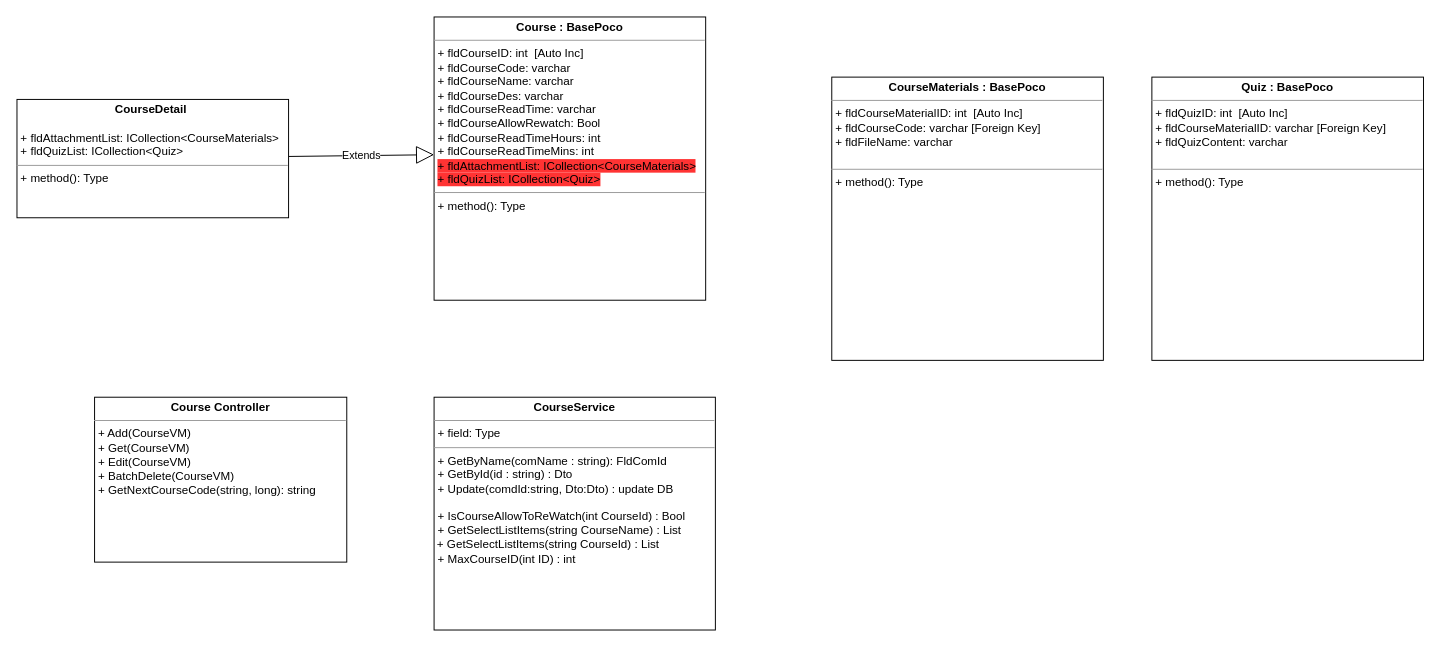
This is Untitled Diagram.drawio from TechCatJim/TechCatJim, a draw.io file, before an edit. Source tidied: cells renumbered, new cells numbered last; positions are measured from the earlier drawing's top-left corner, leaving out a move shared by most shapes. Both pictures are drawn from the tidied source at 97%, with x=0, y=0 at pixel (16, 16).
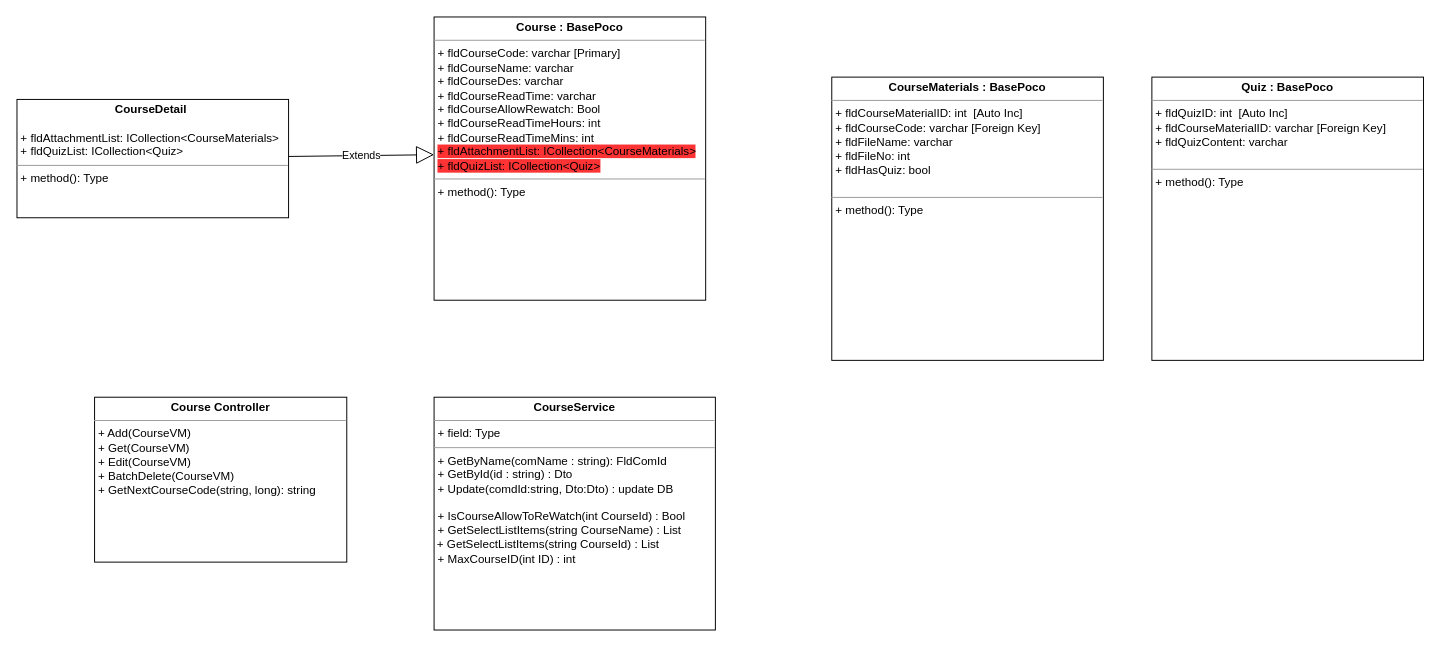
The same diagram, later.

What changed in the source:
```diff
@@
 <mxGraphModel>
   <root>
     <mxCell id="0" />
     <mxCell id="1" parent="0" />
-    <mxCell id="2" value="&lt;p style=&quot;margin:0px;margin-top:4px;text-align:center;&quot;&gt;&lt;b&gt;Course : BasePoco&lt;/b&gt;&lt;/p&gt;&lt;hr size=&quot;1&quot;&gt;&lt;p style=&quot;margin:0px;margin-left:4px;&quot;&gt;+&lt;span style=&quot;background-color: rgb(255, 255, 255);&quot;&gt;&amp;nbsp;&lt;/span&gt;fldCourseID: int&amp;nbsp; [Auto Inc]&lt;/p&gt;&lt;p style=&quot;margin:0px;margin-left:4px;&quot;&gt;+ fldCourseCode: varchar&amp;nbsp; &amp;nbsp;&lt;/p&gt;&lt;p style=&quot;margin:0px;margin-left:4px;&quot;&gt;+ fldCourseName: varchar&lt;/p&gt;&lt;p style=&quot;margin:0px;margin-left:4px;&quot;&gt;+ fldCourseDes: varchar&lt;/p&gt;&lt;p style=&quot;margin:0px;margin-left:4px;&quot;&gt;+ fldCourseReadTime: varchar&lt;/p&gt;&lt;p style=&quot;margin:0px;margin-left:4px;&quot;&gt;+ fldCourseAllowRewatch: Bool&lt;/p&gt;&lt;p style=&quot;margin:0px;margin-left:4px;&quot;&gt;+ fldCourseReadTimeHours: int&lt;/p&gt;&lt;p style=&quot;margin:0px;margin-left:4px;&quot;&gt;+ fldCourseReadTimeMins: int&lt;br&gt;&lt;/p&gt;&lt;p style=&quot;margin:0px;margin-left:4px;&quot;&gt;&lt;span style=&quot;background-color: rgb(255, 51, 51);&quot;&gt;+ fldAttachmentList: ICollection&amp;lt;CourseMaterials&amp;gt;&lt;/span&gt;&lt;/p&gt;&lt;p style=&quot;margin:0px;margin-left:4px;&quot;&gt;&lt;span style=&quot;background-color: rgb(255, 51, 51);&quot;&gt;+ fldQuizList: ICollection&amp;lt;Quiz&amp;gt;&lt;/span&gt;&lt;/p&gt;&lt;hr size=&quot;1&quot;&gt;&lt;p style=&quot;margin:0px;margin-left:4px;&quot;&gt;+ method(): Type&lt;/p&gt;" style="verticalAlign=top;align=left;overflow=fill;fontSize=12;fontFamily=Helvetica;html=1;whiteSpace=wrap;" parent="1" vertex="1">
+    <mxCell id="2" value="&lt;p style=&quot;margin:0px;margin-top:4px;text-align:center;&quot;&gt;&lt;b&gt;Course : BasePoco&lt;/b&gt;&lt;/p&gt;&lt;hr size=&quot;1&quot;&gt;&lt;p style=&quot;margin:0px;margin-left:4px;&quot;&gt;&lt;span style=&quot;background-color: initial;&quot;&gt;+ fldCourseCode: varchar [Primary]&lt;/span&gt;&lt;br&gt;&lt;/p&gt;&lt;p style=&quot;margin:0px;margin-left:4px;&quot;&gt;+ fldCourseName: varchar&lt;/p&gt;&lt;p style=&quot;margin:0px;margin-left:4px;&quot;&gt;+ fldCourseDes: varchar&lt;/p&gt;&lt;p style=&quot;margin:0px;margin-left:4px;&quot;&gt;+ fldCourseReadTime: varchar&lt;/p&gt;&lt;p style=&quot;margin:0px;margin-left:4px;&quot;&gt;+ fldCourseAllowRewatch: Bool&lt;/p&gt;&lt;p style=&quot;margin:0px;margin-left:4px;&quot;&gt;+ fldCourseReadTimeHours: int&lt;/p&gt;&lt;p style=&quot;margin:0px;margin-left:4px;&quot;&gt;+ fldCourseReadTimeMins: int&lt;br&gt;&lt;/p&gt;&lt;p style=&quot;margin:0px;margin-left:4px;&quot;&gt;&lt;span style=&quot;background-color: rgb(255, 51, 51);&quot;&gt;+ fldAttachmentList: ICollection&amp;lt;CourseMaterials&amp;gt;&lt;/span&gt;&lt;/p&gt;&lt;p style=&quot;margin:0px;margin-left:4px;&quot;&gt;&lt;span style=&quot;background-color: rgb(255, 51, 51);&quot;&gt;+ fldQuizList: ICollection&amp;lt;Quiz&amp;gt;&lt;/span&gt;&lt;/p&gt;&lt;hr size=&quot;1&quot;&gt;&lt;p style=&quot;margin:0px;margin-left:4px;&quot;&gt;+ method(): Type&lt;/p&gt;" style="verticalAlign=top;align=left;overflow=fill;fontSize=12;fontFamily=Helvetica;html=1;whiteSpace=wrap;" parent="1" vertex="1">
       <mxGeometry x="430" width="280" height="292" as="geometry" />
     </mxCell>
     <mxCell id="3" style="edgeStyle=orthogonalEdgeStyle;rounded=0;orthogonalLoop=1;jettySize=auto;html=1;exitX=0.5;exitY=1;exitDx=0;exitDy=0;" parent="1" edge="1" source="2" target="2">
       <mxGeometry relative="1" as="geometry" />
     </mxCell>
     <mxCell id="4" value="&lt;p style=&quot;margin:0px;margin-top:4px;text-align:center;&quot;&gt;&lt;b&gt;CourseService&lt;/b&gt;&lt;/p&gt;&lt;hr size=&quot;1&quot;&gt;&lt;p style=&quot;margin:0px;margin-left:4px;&quot;&gt;+ field: Type&lt;/p&gt;&lt;hr size=&quot;1&quot;&gt;&lt;p style=&quot;margin:0px;margin-left:4px;&quot;&gt;+ GetByName(comName : string): FldComId&lt;/p&gt;&lt;p style=&quot;margin:0px;margin-left:4px;&quot;&gt;+ GetById(id : string) : Dto&lt;/p&gt;&lt;p style=&quot;margin:0px;margin-left:4px;&quot;&gt;+ Update(comdId:string, Dto:Dto) : update DB&lt;/p&gt;&lt;p style=&quot;margin:0px;margin-left:4px;&quot;&gt;&lt;br&gt;&lt;/p&gt;&lt;p style=&quot;margin:0px;margin-left:4px;&quot;&gt;+ IsCourseAllowToReWatch(int CourseId) : Bool&lt;/p&gt;&lt;p style=&quot;margin:0px;margin-left:4px;&quot;&gt;+ GetSelectListItems(string CourseName) : List&lt;/p&gt;&amp;nbsp;+ GetSelectListItems(string CourseId) : List&lt;p style=&quot;margin:0px;margin-left:4px;&quot;&gt;+ MaxCourseID(int ID) : int&lt;/p&gt;&lt;p style=&quot;margin:0px;margin-left:4px;&quot;&gt;&lt;br&gt;&lt;/p&gt;&lt;p style=&quot;margin:0px;margin-left:4px;&quot;&gt;&lt;br&gt;&lt;/p&gt;" style="verticalAlign=top;align=left;overflow=fill;fontSize=12;fontFamily=Helvetica;html=1;whiteSpace=wrap;" parent="1" vertex="1">
       <mxGeometry x="430" y="392" width="290" height="240" as="geometry" />
     </mxCell>
     <mxCell id="5" value="&lt;p style=&quot;margin:0px;margin-top:4px;text-align:center;&quot;&gt;&lt;b&gt;Course Controller&lt;/b&gt;&lt;/p&gt;&lt;hr size=&quot;1&quot;&gt;&lt;p style=&quot;margin:0px;margin-left:4px;&quot;&gt;+ Add(CourseVM)&lt;/p&gt;&lt;p style=&quot;margin:0px;margin-left:4px;&quot;&gt;+ Get(CourseVM)&lt;/p&gt;&lt;p style=&quot;margin:0px;margin-left:4px;&quot;&gt;+ Edit(CourseVM)&lt;/p&gt;&lt;p style=&quot;margin:0px;margin-left:4px;&quot;&gt;+ BatchDelete(CourseVM)&lt;/p&gt;&lt;p style=&quot;margin:0px;margin-left:4px;&quot;&gt;+ GetNextCourseCode(string, long): string&lt;/p&gt;" style="verticalAlign=top;align=left;overflow=fill;fontSize=12;fontFamily=Helvetica;html=1;whiteSpace=wrap;" parent="1" vertex="1">
       <mxGeometry x="80" y="392" width="260" height="170" as="geometry" />
     </mxCell>
     <mxCell id="6" value="&lt;p style=&quot;margin:0px;margin-top:4px;text-align:center;&quot;&gt;&lt;b&gt;CourseDetail&amp;nbsp;&lt;/b&gt;&lt;/p&gt;&lt;p style=&quot;margin:0px;margin-left:4px;&quot;&gt;&lt;br&gt;&lt;/p&gt;&lt;p style=&quot;margin:0px;margin-left:4px;&quot;&gt;&lt;span style=&quot;background-color: rgb(255, 255, 255);&quot;&gt;+ fldAttachmentList: ICollection&amp;lt;CourseMaterials&amp;gt;&lt;/span&gt;&lt;/p&gt;&lt;p style=&quot;margin:0px;margin-left:4px;&quot;&gt;&lt;span style=&quot;background-color: rgb(255, 255, 255);&quot;&gt;+ fldQuizList: ICollection&amp;lt;Quiz&amp;gt;&lt;/span&gt;&lt;/p&gt;&lt;hr size=&quot;1&quot;&gt;&lt;p style=&quot;margin:0px;margin-left:4px;&quot;&gt;+ method(): Type&lt;/p&gt;" style="verticalAlign=top;align=left;overflow=fill;fontSize=12;fontFamily=Helvetica;html=1;whiteSpace=wrap;" parent="1" vertex="1">
       <mxGeometry y="85" width="280" height="122" as="geometry" />
     </mxCell>
     <mxCell id="7" value="Extends" style="endArrow=block;endSize=16;endFill=0;html=1;rounded=0;exitX=1.001;exitY=0.482;exitDx=0;exitDy=0;exitPerimeter=0;" parent="1" edge="1" source="6">
       <mxGeometry relative="1" as="geometry">
         <mxPoint x="430" y="142" as="targetPoint" />
       </mxGeometry>
     </mxCell>
-    <mxCell id="8" value="&lt;p style=&quot;margin:0px;margin-top:4px;text-align:center;&quot;&gt;&lt;b&gt;CourseMaterials : BasePoco&lt;/b&gt;&lt;/p&gt;&lt;hr size=&quot;1&quot;&gt;&lt;p style=&quot;margin:0px;margin-left:4px;&quot;&gt;+&lt;span style=&quot;background-color: rgb(255, 255, 255);&quot;&gt;&amp;nbsp;&lt;/span&gt;fldCourseMaterialID: int&amp;nbsp; [Auto Inc]&lt;/p&gt;&lt;p style=&quot;margin:0px;margin-left:4px;&quot;&gt;+ fldCourseCode: varchar [Foreign Key]&amp;nbsp;&lt;/p&gt;&lt;p style=&quot;margin:0px;margin-left:4px;&quot;&gt;+ fldFileName: varchar&lt;/p&gt;&lt;p style=&quot;margin:0px;margin-left:4px;&quot;&gt;&lt;br&gt;&lt;/p&gt;&lt;hr size=&quot;1&quot;&gt;&lt;p style=&quot;margin:0px;margin-left:4px;&quot;&gt;+ method(): Type&lt;/p&gt;" style="verticalAlign=top;align=left;overflow=fill;fontSize=12;fontFamily=Helvetica;html=1;whiteSpace=wrap;" parent="1" vertex="1">
+    <mxCell id="8" value="&lt;p style=&quot;margin:0px;margin-top:4px;text-align:center;&quot;&gt;&lt;b&gt;CourseMaterials : BasePoco&lt;/b&gt;&lt;/p&gt;&lt;hr size=&quot;1&quot;&gt;&lt;p style=&quot;margin:0px;margin-left:4px;&quot;&gt;+&lt;span style=&quot;background-color: rgb(255, 255, 255);&quot;&gt;&amp;nbsp;&lt;/span&gt;fldCourseMaterialID: int&amp;nbsp; [Auto Inc]&lt;/p&gt;&lt;p style=&quot;margin:0px;margin-left:4px;&quot;&gt;+ fldCourseCode: varchar [Foreign Key]&amp;nbsp;&lt;/p&gt;&lt;p style=&quot;margin:0px;margin-left:4px;&quot;&gt;+ fldFileName: varchar&lt;br&gt;+ fldFileNo: int&lt;br&gt;+ fldHasQuiz: bool&lt;/p&gt;&lt;p style=&quot;margin:0px;margin-left:4px;&quot;&gt;&lt;br&gt;&lt;/p&gt;&lt;hr size=&quot;1&quot;&gt;&lt;p style=&quot;margin:0px;margin-left:4px;&quot;&gt;+ method(): Type&lt;/p&gt;" style="verticalAlign=top;align=left;overflow=fill;fontSize=12;fontFamily=Helvetica;html=1;whiteSpace=wrap;" parent="1" vertex="1">
       <mxGeometry x="840" y="62" width="280" height="292" as="geometry" />
     </mxCell>
     <mxCell id="9" value="&lt;p style=&quot;margin:0px;margin-top:4px;text-align:center;&quot;&gt;&lt;b&gt;Quiz : BasePoco&lt;/b&gt;&lt;/p&gt;&lt;hr size=&quot;1&quot;&gt;&lt;p style=&quot;margin:0px;margin-left:4px;&quot;&gt;+&lt;span style=&quot;background-color: rgb(255, 255, 255);&quot;&gt;&amp;nbsp;&lt;/span&gt;fldQuizID: int&amp;nbsp; [Auto Inc]&lt;/p&gt;&lt;p style=&quot;margin:0px;margin-left:4px;&quot;&gt;+ fldCourseMaterialID: varchar [Foreign Key]&amp;nbsp;&lt;/p&gt;&lt;p style=&quot;margin:0px;margin-left:4px;&quot;&gt;+ fldQuizContent: varchar&lt;/p&gt;&lt;p style=&quot;margin:0px;margin-left:4px;&quot;&gt;&lt;br&gt;&lt;/p&gt;&lt;hr size=&quot;1&quot;&gt;&lt;p style=&quot;margin:0px;margin-left:4px;&quot;&gt;+ method(): Type&lt;/p&gt;" style="verticalAlign=top;align=left;overflow=fill;fontSize=12;fontFamily=Helvetica;html=1;whiteSpace=wrap;" parent="1" vertex="1">
       <mxGeometry x="1170" y="62" width="280" height="292" as="geometry" />
     </mxCell>
   </root>
 </mxGraphModel>
```
